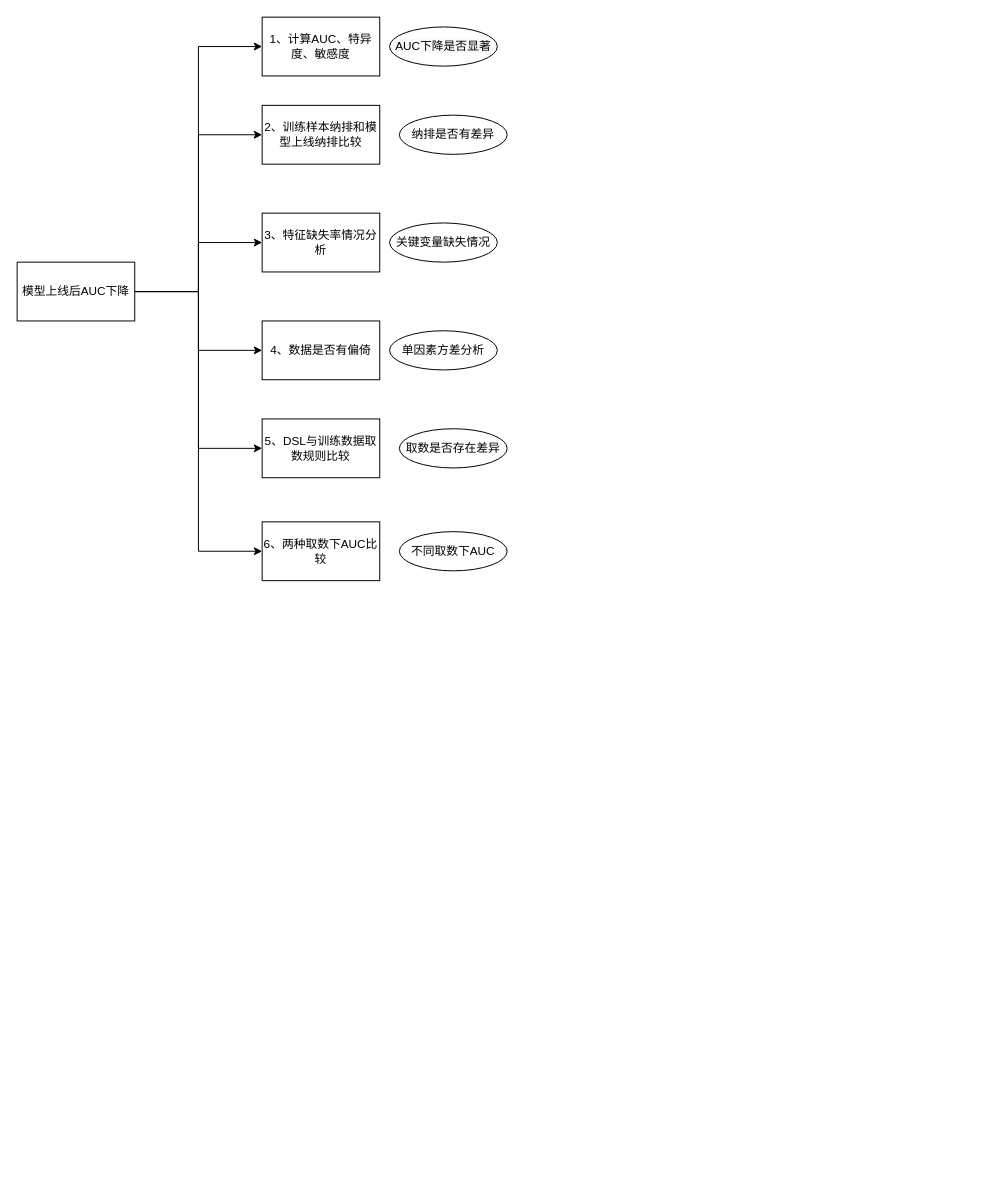
The draw.io diagram 模型上线后AUC下降原因调查.drawio in sophsticate/drawio, before the edit. Source tidied: cells renumbered, new cells numbered last; positions are measured from the earlier drawing's top-left corner, leaving out a move shared by most shapes. Both pictures are drawn from the tidied source at 98%, with x=0, y=0 at pixel (17, 17).
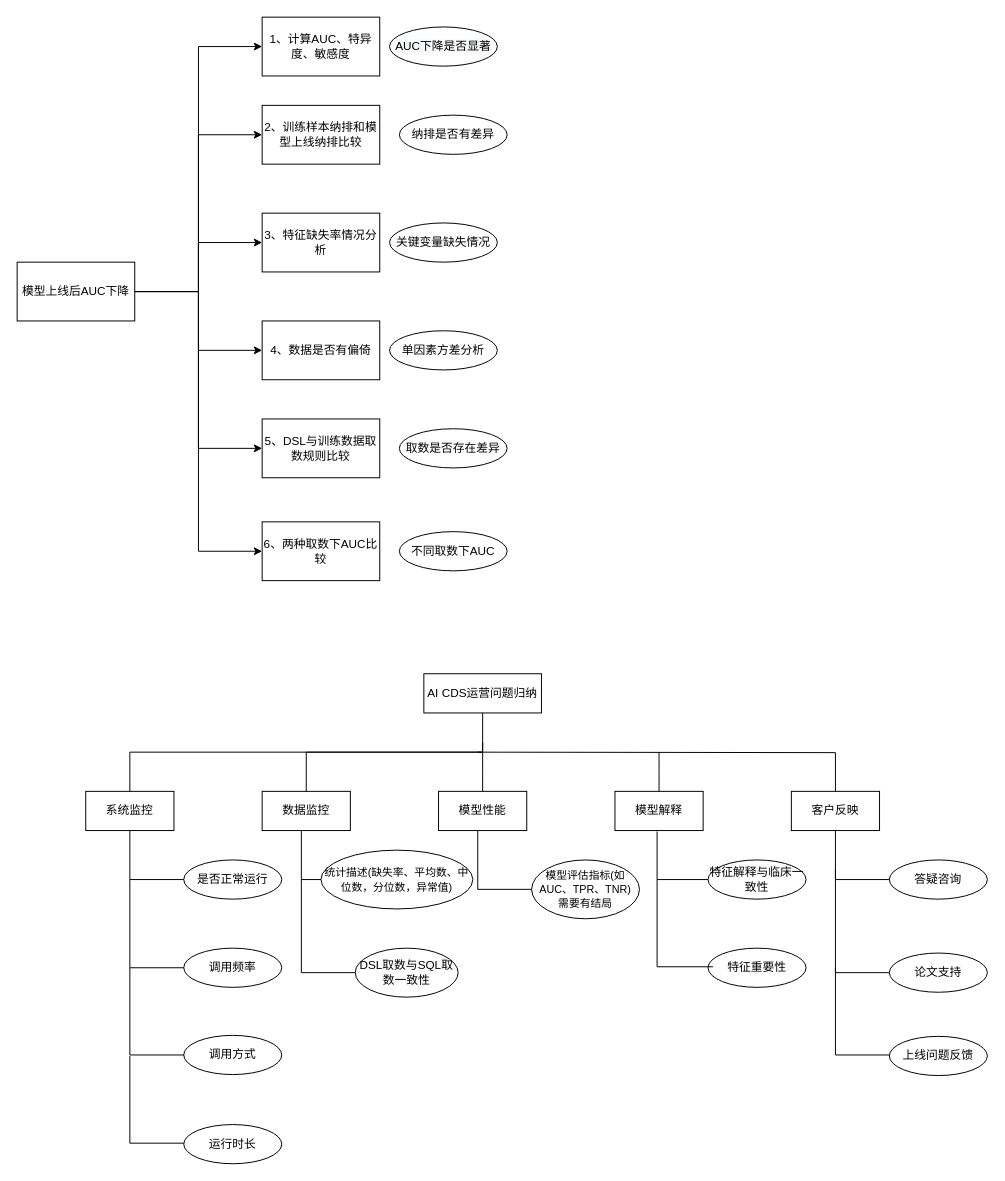
After the change.

Commit message:
Update 模型上线后AUC下降原因调查.drawio

The edit, as a diff of the source:
```diff
@@
+    <mxCell id="21" value="系统监控" style="rounded=0;whiteSpace=wrap;html=1;" parent="1" vertex="1">
+      <mxGeometry x="70" y="790" width="90" height="40" as="geometry" />
+    </mxCell>
+    <mxCell id="22" value="数据监控" style="rounded=0;whiteSpace=wrap;html=1;" parent="1" vertex="1">
+      <mxGeometry x="250" y="790" width="90" height="40" as="geometry" />
+    </mxCell>
+    <mxCell id="23" value="模型性能" style="rounded=0;whiteSpace=wrap;html=1;" parent="1" vertex="1">
+      <mxGeometry x="430" y="790" width="90" height="40" as="geometry" />
+    </mxCell>
+    <mxCell id="24" value="模型解释" style="rounded=0;whiteSpace=wrap;html=1;" parent="1" vertex="1">
+      <mxGeometry x="610" y="790" width="90" height="40" as="geometry" />
+    </mxCell>
+    <mxCell id="25" value="客户反映" style="rounded=0;whiteSpace=wrap;html=1;" parent="1" vertex="1">
+      <mxGeometry x="790" y="790" width="90" height="40" as="geometry" />
+    </mxCell>
+    <mxCell id="26" value="是否正常运行" style="ellipse;whiteSpace=wrap;html=1;" parent="1" vertex="1">
+      <mxGeometry x="170" y="860" width="100" height="40" as="geometry" />
+    </mxCell>
+    <mxCell id="27" value="调用频率" style="ellipse;whiteSpace=wrap;html=1;" parent="1" vertex="1">
+      <mxGeometry x="170" y="950" width="100" height="40" as="geometry" />
+    </mxCell>
+    <mxCell id="28" value="调用方式" style="ellipse;whiteSpace=wrap;html=1;" parent="1" vertex="1">
+      <mxGeometry x="170" y="1039" width="100" height="40" as="geometry" />
+    </mxCell>
+    <mxCell id="29" value="运行时长" style="ellipse;whiteSpace=wrap;html=1;" parent="1" vertex="1">
+      <mxGeometry x="170" y="1130" width="100" height="40" as="geometry" />
+    </mxCell>
+    <mxCell id="30" value="&lt;font style=&quot;font-size: 11px&quot;&gt;统计描述(缺失率、平均数、中位数，分位数，异常值)&lt;/font&gt;" style="ellipse;whiteSpace=wrap;html=1;" parent="1" vertex="1">
+      <mxGeometry x="310" y="850" width="155" height="60" as="geometry" />
+    </mxCell>
+    <mxCell id="31" value="DSL取数与SQL取数一致性" style="ellipse;whiteSpace=wrap;html=1;" parent="1" vertex="1">
+      <mxGeometry x="345" y="950" width="105" height="50" as="geometry" />
+    </mxCell>
+    <mxCell id="32" value="&lt;font style=&quot;font-size: 11px&quot;&gt;模型评估指标(如AUC、TPR、TNR)&lt;br&gt;需要有结局&lt;br&gt;&lt;/font&gt;" style="ellipse;whiteSpace=wrap;html=1;" parent="1" vertex="1">
+      <mxGeometry x="525" y="860" width="110" height="60" as="geometry" />
+    </mxCell>
+    <mxCell id="33" value="特征重要性" style="ellipse;whiteSpace=wrap;html=1;" parent="1" vertex="1">
+      <mxGeometry x="705" y="950" width="100" height="40" as="geometry" />
+    </mxCell>
+    <mxCell id="34" value="特征解释与临床一致性" style="ellipse;whiteSpace=wrap;html=1;" parent="1" vertex="1">
+      <mxGeometry x="705" y="860" width="100" height="40" as="geometry" />
+    </mxCell>
+    <mxCell id="35" value="答疑咨询" style="ellipse;whiteSpace=wrap;html=1;" parent="1" vertex="1">
+      <mxGeometry x="890" y="860" width="100" height="40" as="geometry" />
+    </mxCell>
+    <mxCell id="36" value="论文支持" style="ellipse;whiteSpace=wrap;html=1;" parent="1" vertex="1">
+      <mxGeometry x="890" y="955" width="100" height="40" as="geometry" />
+    </mxCell>
+    <mxCell id="37" value="上线问题反馈" style="ellipse;whiteSpace=wrap;html=1;" parent="1" vertex="1">
+      <mxGeometry x="890" y="1040" width="100" height="40" as="geometry" />
+    </mxCell>
+    <mxCell id="38" value="AI CDS运营问题归纳" style="rounded=0;whiteSpace=wrap;html=1;" parent="1" vertex="1">
+      <mxGeometry x="415" y="670" width="120" height="40" as="geometry" />
+    </mxCell>
+    <mxCell id="39" style="endArrow=none;html=1;rounded=0;fontSize=11;edgeStyle=orthogonalEdgeStyle;entryX=0.5;entryY=1;entryDx=0;entryDy=0;exitX=0.5;exitY=0;exitDx=0;exitDy=0;" parent="1" edge="1" source="21" target="38">
+      <mxGeometry relative="1" as="geometry" />
+    </mxCell>
+    <mxCell id="40" style="endArrow=none;html=1;rounded=0;fontSize=11;edgeStyle=orthogonalEdgeStyle;exitX=0.5;exitY=0;exitDx=0;exitDy=0;" parent="1" edge="1" source="22">
+      <mxGeometry relative="1" as="geometry">
+        <mxPoint x="475" y="740" as="targetPoint" />
+        <Array as="points">
+          <mxPoint x="295" y="750" />
+          <mxPoint x="475" y="750" />
+        </Array>
+      </mxGeometry>
+    </mxCell>
+    <mxCell id="41" style="endArrow=none;html=1;rounded=0;fontSize=11;edgeStyle=orthogonalEdgeStyle;exitX=0.5;exitY=0;exitDx=0;exitDy=0;" parent="1" edge="1" source="23">
+      <mxGeometry relative="1" as="geometry">
+        <mxPoint x="475" y="750" as="targetPoint" />
+      </mxGeometry>
+    </mxCell>
+    <mxCell id="42" style="endArrow=none;html=1;rounded=0;fontSize=11;edgeStyle=orthogonalEdgeStyle;entryX=0.5;entryY=0;entryDx=0;entryDy=0;" parent="1" edge="1" target="25">
+      <mxGeometry relative="1" as="geometry">
+        <mxPoint x="470" y="750" as="sourcePoint" />
+      </mxGeometry>
+    </mxCell>
+    <mxCell id="43" style="endArrow=none;html=1;rounded=0;fontSize=11;edgeStyle=orthogonalEdgeStyle;exitX=0.5;exitY=0;exitDx=0;exitDy=0;" parent="1" edge="1" source="24">
+      <mxGeometry relative="1" as="geometry">
+        <mxPoint x="655" y="750" as="targetPoint" />
+      </mxGeometry>
+    </mxCell>
+    <mxCell id="44" style="endArrow=none;html=1;rounded=0;fontSize=11;edgeStyle=orthogonalEdgeStyle;entryX=0.5;entryY=1;entryDx=0;entryDy=0;" parent="1" edge="1" target="21">
+      <mxGeometry relative="1" as="geometry">
+        <mxPoint x="170" y="880" as="sourcePoint" />
+        <Array as="points">
+          <mxPoint x="115" y="880" />
+        </Array>
+      </mxGeometry>
+    </mxCell>
+    <mxCell id="45" style="endArrow=none;html=1;rounded=0;fontSize=11;edgeStyle=orthogonalEdgeStyle;entryX=0;entryY=0.5;entryDx=0;entryDy=0;" parent="1" edge="1" target="27">
+      <mxGeometry relative="1" as="geometry">
+        <mxPoint x="115" y="880" as="sourcePoint" />
+        <Array as="points">
+          <mxPoint x="115" y="970" />
+        </Array>
+      </mxGeometry>
+    </mxCell>
+    <mxCell id="46" style="endArrow=none;html=1;rounded=0;fontSize=11;edgeStyle=orthogonalEdgeStyle;entryX=0;entryY=0.5;entryDx=0;entryDy=0;" parent="1" edge="1" target="28">
+      <mxGeometry relative="1" as="geometry">
+        <mxPoint x="115" y="970" as="sourcePoint" />
+        <Array as="points">
+          <mxPoint x="115" y="1059" />
+        </Array>
+      </mxGeometry>
+    </mxCell>
+    <mxCell id="47" style="endArrow=none;html=1;rounded=0;fontSize=11;edgeStyle=orthogonalEdgeStyle;entryX=0;entryY=0.5;entryDx=0;entryDy=0;" parent="1" edge="1">
+      <mxGeometry relative="1" as="geometry">
+        <mxPoint x="115" y="1060" as="sourcePoint" />
+        <mxPoint x="170" y="1149" as="targetPoint" />
+        <Array as="points">
+          <mxPoint x="115" y="1149" />
+        </Array>
+      </mxGeometry>
+    </mxCell>
+    <mxCell id="48" style="endArrow=none;html=1;rounded=0;fontSize=11;edgeStyle=orthogonalEdgeStyle;entryX=0;entryY=0.5;entryDx=0;entryDy=0;" parent="1" edge="1" target="30">
+      <mxGeometry relative="1" as="geometry">
+        <mxPoint x="290" y="830" as="sourcePoint" />
+        <Array as="points">
+          <mxPoint x="290" y="880" />
+        </Array>
+      </mxGeometry>
+    </mxCell>
+    <mxCell id="49" style="endArrow=none;html=1;rounded=0;fontSize=11;edgeStyle=orthogonalEdgeStyle;entryX=0;entryY=0.5;entryDx=0;entryDy=0;" parent="1" edge="1" target="31">
+      <mxGeometry relative="1" as="geometry">
+        <mxPoint x="290" y="880" as="sourcePoint" />
+        <Array as="points">
+          <mxPoint x="290" y="975" />
+        </Array>
+      </mxGeometry>
+    </mxCell>
+    <mxCell id="50" style="endArrow=none;html=1;rounded=0;fontSize=11;edgeStyle=orthogonalEdgeStyle;entryX=0;entryY=0.5;entryDx=0;entryDy=0;" parent="1" edge="1" target="32">
+      <mxGeometry relative="1" as="geometry">
+        <mxPoint x="470" y="830" as="sourcePoint" />
+        <Array as="points">
+          <mxPoint x="470" y="890" />
+        </Array>
+      </mxGeometry>
+    </mxCell>
+    <mxCell id="51" style="endArrow=none;html=1;rounded=0;fontSize=11;edgeStyle=orthogonalEdgeStyle;entryX=0;entryY=0.5;entryDx=0;entryDy=0;" parent="1" edge="1" target="34">
+      <mxGeometry relative="1" as="geometry">
+        <mxPoint x="653" y="831" as="sourcePoint" />
+        <Array as="points">
+          <mxPoint x="653" y="880" />
+        </Array>
+      </mxGeometry>
+    </mxCell>
+    <mxCell id="52" style="endArrow=none;html=1;rounded=0;fontSize=11;edgeStyle=orthogonalEdgeStyle;" parent="1" edge="1">
+      <mxGeometry relative="1" as="geometry">
+        <mxPoint x="653" y="880" as="sourcePoint" />
+        <mxPoint x="710" y="969" as="targetPoint" />
+        <Array as="points">
+          <mxPoint x="653" y="969" />
+        </Array>
+      </mxGeometry>
+    </mxCell>
+    <mxCell id="53" style="endArrow=none;html=1;rounded=0;fontSize=11;edgeStyle=orthogonalEdgeStyle;" parent="1" edge="1">
+      <mxGeometry relative="1" as="geometry">
+        <mxPoint x="835" y="830" as="sourcePoint" />
+        <mxPoint x="890" y="880" as="targetPoint" />
+        <Array as="points">
+          <mxPoint x="835" y="880" />
+          <mxPoint x="890" y="880" />
+        </Array>
+      </mxGeometry>
+    </mxCell>
+    <mxCell id="54" style="endArrow=none;html=1;rounded=0;fontSize=11;edgeStyle=orthogonalEdgeStyle;entryX=0;entryY=0.5;entryDx=0;entryDy=0;" parent="1" edge="1" target="36">
+      <mxGeometry relative="1" as="geometry">
+        <mxPoint x="835" y="870" as="sourcePoint" />
+        <Array as="points">
+          <mxPoint x="835" y="975" />
+        </Array>
+      </mxGeometry>
+    </mxCell>
+    <mxCell id="55" style="endArrow=none;html=1;rounded=0;fontSize=11;edgeStyle=orthogonalEdgeStyle;entryX=0;entryY=0.5;entryDx=0;entryDy=0;" parent="1" edge="1">
+      <mxGeometry relative="1" as="geometry">
+        <mxPoint x="835" y="970" as="sourcePoint" />
+        <mxPoint x="890" y="1059" as="targetPoint" />
+        <Array as="points">
+          <mxPoint x="835" y="1059" />
+        </Array>
+      </mxGeometry>
+    </mxCell>
```
